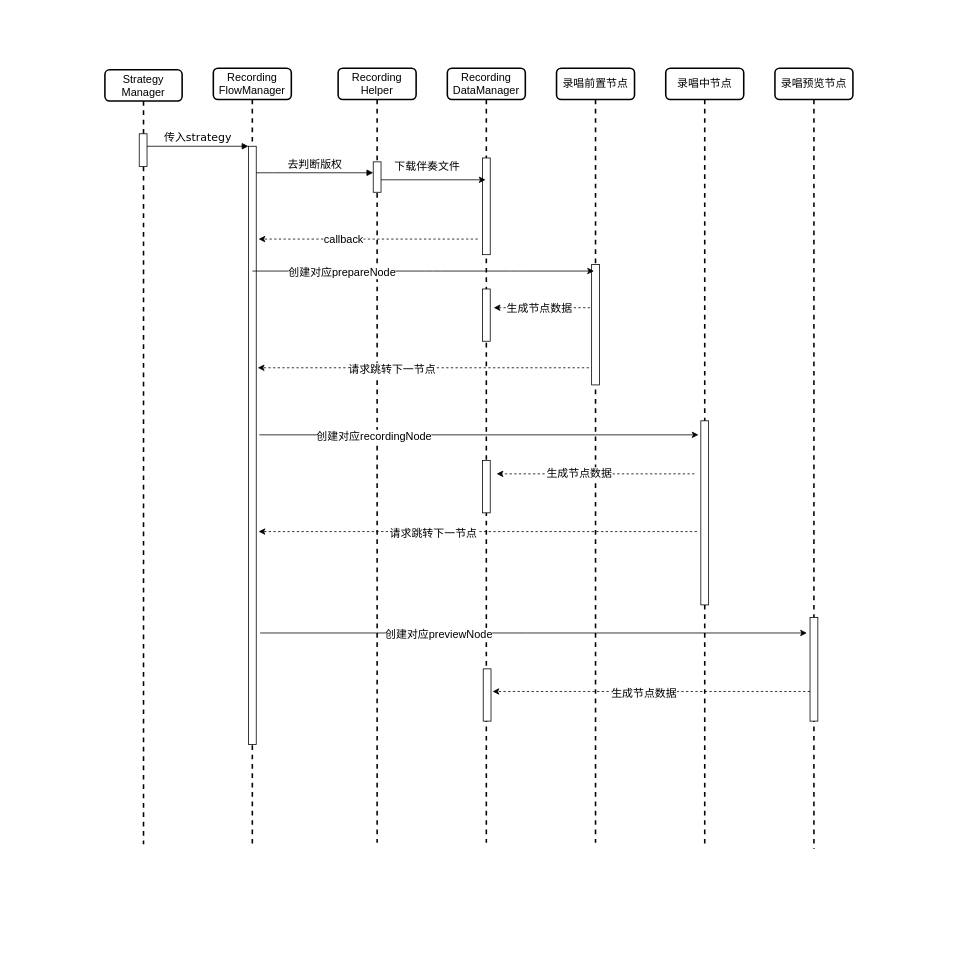
MolierQueen/Xmind keeps this draw.io diagram as 录制时序图.drawio. Above is the earlier version. Source tidied: cells renumbered, new cells numbered last; positions are measured from the earlier drawing's top-left corner, leaving out a move shared by most shapes. Both pictures are drawn from the tidied source at 78%, with x=0, y=0 at pixel (105, 68).
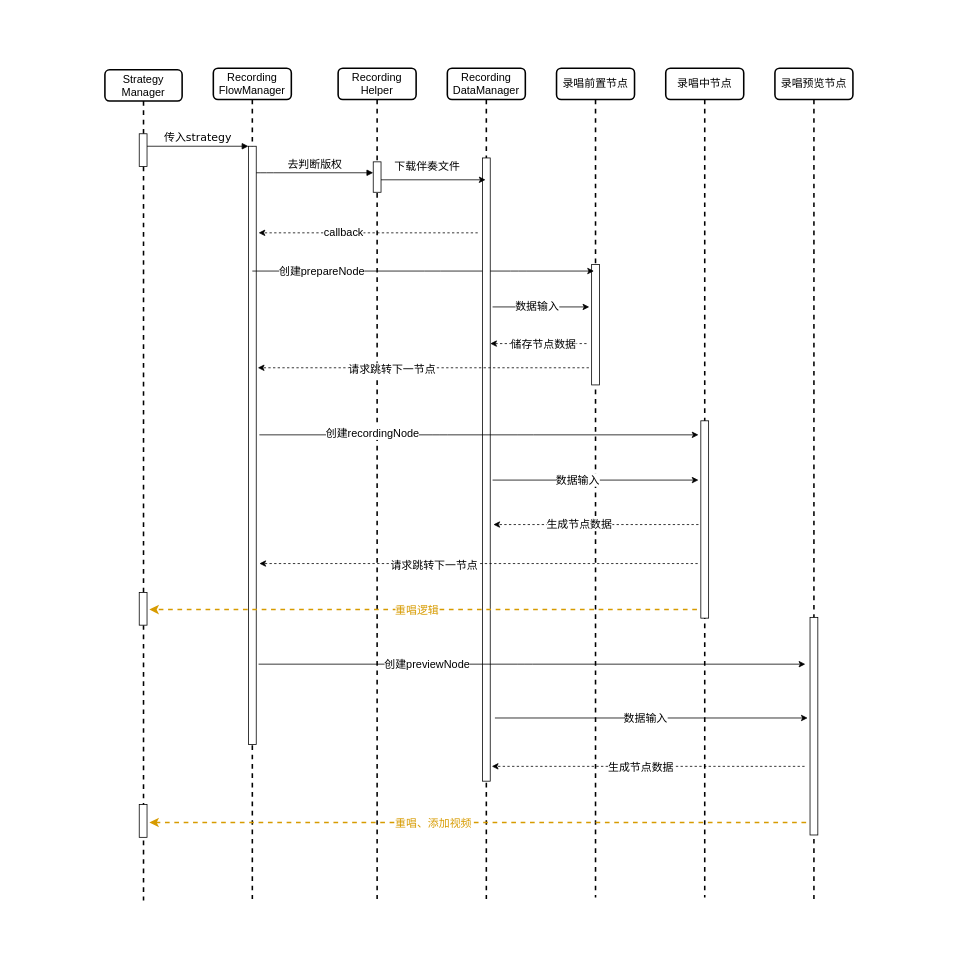
The same page after the edit.

Commit message (it also covers changes not shown here):
Update 录制时序图.drawio

The change refers to these unchanged cells:
```xml
<mxCell id="19" style="endArrow=classic;html=1;fontSize=14;" parent="1" edge="1" source="2">
  <mxGeometry relative="1" as="geometry">
    <mxPoint x="627" y="260" as="targetPoint" />
    <Array as="points">
      <mxPoint x="420" y="260" />
      <mxPoint x="530" y="260" />
    </Array>
  </mxGeometry>
</mxCell>
```

Change to the diagram source:
```diff
@@
     <mxCell id="2" value="&lt;span style=&quot;font-family: &amp;#34;helvetica&amp;#34;&quot;&gt;Recording&lt;/span&gt;&lt;br style=&quot;font-family: &amp;#34;helvetica&amp;#34;&quot;&gt;&lt;span style=&quot;font-family: &amp;#34;helvetica&amp;#34;&quot;&gt;FlowManager&lt;/span&gt;" style="shape=umlLifeline;perimeter=lifelinePerimeter;whiteSpace=wrap;html=1;outlineConnect=0;rounded=1;shadow=0;comic=0;labelBackgroundColor=none;strokeWidth=2;fontFamily=Verdana;fontSize=14;align=center;" parent="1" vertex="1">
-      <mxGeometry x="139" width="100" height="995" as="geometry" />
+      <mxGeometry x="139" width="100" height="1065" as="geometry" />
     </mxCell>
@@
     <mxCell id="4" value="&lt;span style=&quot;font-family: &amp;#34;helvetica&amp;#34;&quot;&gt;Recording&lt;/span&gt;&lt;br style=&quot;font-family: &amp;#34;helvetica&amp;#34;&quot;&gt;&lt;span style=&quot;font-family: &amp;#34;helvetica&amp;#34;&quot;&gt;Helper&lt;/span&gt;" style="shape=umlLifeline;perimeter=lifelinePerimeter;whiteSpace=wrap;html=1;rounded=1;shadow=0;comic=0;labelBackgroundColor=none;strokeWidth=2;fontFamily=Verdana;fontSize=14;align=center;" parent="1" vertex="1">
-      <mxGeometry x="299" width="100" height="993" as="geometry" />
+      <mxGeometry x="299" width="100" height="1065" as="geometry" />
     </mxCell>
@@
     <mxCell id="6" value="&lt;span style=&quot;font-family: &amp;#34;helvetica&amp;#34;&quot;&gt;Recording&lt;/span&gt;&lt;br style=&quot;font-family: &amp;#34;helvetica&amp;#34;&quot;&gt;&lt;span style=&quot;font-family: &amp;#34;helvetica&amp;#34;&quot;&gt;DataManager&lt;/span&gt;" style="shape=umlLifeline;perimeter=lifelinePerimeter;whiteSpace=wrap;html=1;outlineConnect=0;rounded=1;shadow=0;comic=0;labelBackgroundColor=none;strokeWidth=2;fontFamily=Verdana;fontSize=14;align=center;" parent="1" vertex="1">
-      <mxGeometry x="439" width="100" height="993" as="geometry" />
+      <mxGeometry x="439" width="100" height="1065" as="geometry" />
     </mxCell>
     <mxCell id="7" value="&lt;span style=&quot;text-align: left&quot;&gt;录唱前置节点&lt;/span&gt;" style="shape=umlLifeline;perimeter=lifelinePerimeter;whiteSpace=wrap;html=1;rounded=1;shadow=0;comic=0;labelBackgroundColor=none;strokeWidth=2;fontFamily=Verdana;fontSize=14;align=center;" parent="1" vertex="1">
-      <mxGeometry x="579" width="100" height="993" as="geometry" />
+      <mxGeometry x="579" width="100" height="1063" as="geometry" />
     </mxCell>
     <mxCell id="8" value="&lt;span style=&quot;text-align: left&quot;&gt;录唱中节点&lt;/span&gt;" style="shape=umlLifeline;perimeter=lifelinePerimeter;whiteSpace=wrap;html=1;rounded=1;shadow=0;comic=0;labelBackgroundColor=none;strokeWidth=2;fontFamily=Verdana;fontSize=14;align=center;" parent="1" vertex="1">
-      <mxGeometry x="719" width="100" height="996" as="geometry" />
+      <mxGeometry x="719" width="100" height="1063" as="geometry" />
     </mxCell>
     <mxCell id="9" value="&lt;span style=&quot;text-align: left&quot;&gt;录唱预览节点&lt;/span&gt;" style="shape=umlLifeline;perimeter=lifelinePerimeter;whiteSpace=wrap;html=1;rounded=1;shadow=0;comic=0;labelBackgroundColor=none;strokeWidth=2;fontFamily=Verdana;fontSize=14;align=center;" parent="1" vertex="1">
-      <mxGeometry x="859" width="100" height="1001" as="geometry" />
+      <mxGeometry x="859" width="100" height="1065" as="geometry" />
     </mxCell>
-    <mxCell id="10" style="endArrow=classic;html=1;fontSize=14;" parent="9" edge="1">
-      <mxGeometry relative="1" as="geometry">
-        <mxPoint x="-660" y="724" as="sourcePoint" />
-        <mxPoint x="41" y="724" as="targetPoint" />
-        <Array as="points">
-          <mxPoint x="-428.5" y="724" />
-          <mxPoint x="-318.5" y="724" />
-        </Array>
-      </mxGeometry>
-    </mxCell>
-    <mxCell id="11" value="创建对应previewNode" style="edgeLabel;html=1;align=center;verticalAlign=middle;fontSize=14;" parent="10" vertex="1">
-      <mxGeometry x="-0.48" y="-1" relative="1" as="geometry">
-        <mxPoint x="46" as="offset" />
-      </mxGeometry>
-    </mxCell>
     <mxCell id="12" style="html=1;perimeter=orthogonalPerimeter;rounded=0;shadow=0;comic=0;labelBackgroundColor=none;strokeColor=#000000;strokeWidth=1;fillColor=#FFFFFF;fontFamily=Verdana;fontSize=14;fontColor=#000000;align=center;" parent="9" vertex="1">
-      <mxGeometry x="45" y="704" width="10" height="133" as="geometry" />
+      <mxGeometry x="45" y="704" width="10" height="279" as="geometry" />
     </mxCell>
-    <mxCell id="13" style="endArrow=classic;html=1;fontSize=14;dashed=1;" parent="9" edge="1">
-      <mxGeometry relative="1" as="geometry">
-        <mxPoint x="45" y="799" as="sourcePoint" />
-        <mxPoint x="-362" y="799" as="targetPoint" />
-      </mxGeometry>
-    </mxCell>
-    <mxCell id="14" value="生成节点数据" style="edgeLabel;html=1;align=center;verticalAlign=middle;fontSize=14;" parent="13" vertex="1">
-      <mxGeometry x="0.25" y="1" relative="1" as="geometry">
-        <mxPoint x="40" as="offset" />
-      </mxGeometry>
-    </mxCell>
     <mxCell id="15" value="&lt;span style=&quot;font-family: &amp;#34;helvetica&amp;#34;&quot;&gt;Strategy&lt;/span&gt;&lt;br style=&quot;font-family: &amp;#34;helvetica&amp;#34;&quot;&gt;&lt;span style=&quot;font-family: &amp;#34;helvetica&amp;#34;&quot;&gt;Manager&lt;/span&gt;" style="shape=umlLifeline;perimeter=lifelinePerimeter;whiteSpace=wrap;html=1;rounded=1;shadow=0;comic=0;labelBackgroundColor=none;strokeWidth=2;fontFamily=Verdana;fontSize=14;align=center;" parent="1" vertex="1">
-      <mxGeometry y="2" width="99" height="993" as="geometry" />
+      <mxGeometry y="2" width="99" height="1065" as="geometry" />
     </mxCell>
@@
-    <mxCell id="20" value="创建对应prepareNode" style="edgeLabel;html=1;align=center;verticalAlign=middle;fontSize=14;" parent="19" vertex="1">
-      <mxGeometry x="-0.48" y="-1" relative="1" as="geometry" />
+    <mxCell id="20" value="创建prepareNode" style="edgeLabel;html=1;align=center;verticalAlign=middle;fontSize=14;" parent="19" vertex="1">
+      <mxGeometry x="-0.48" y="-1" relative="1" as="geometry">
+        <mxPoint x="-26" y="-2" as="offset" />
+      </mxGeometry>
     </mxCell>
     <mxCell id="21" style="html=1;perimeter=orthogonalPerimeter;rounded=0;shadow=0;comic=0;labelBackgroundColor=none;strokeWidth=1;fontFamily=Verdana;fontSize=14;align=center;" parent="1" vertex="1">
-      <mxGeometry x="484" y="115" width="10" height="124" as="geometry" />
+      <mxGeometry x="484" y="115" width="10" height="799" as="geometry" />
     </mxCell>
@@
-    <mxCell id="24" style="endArrow=classic;html=1;fontSize=14;dashed=1;entryX=1.45;entryY=0.358;entryDx=0;entryDy=0;entryPerimeter=0;" parent="1" edge="1" target="26">
+    <mxCell id="24" style="endArrow=classic;html=1;fontSize=14;dashed=1;entryX=1.45;entryY=0.358;entryDx=0;entryDy=0;entryPerimeter=0;" parent="1" edge="1">
       <mxGeometry relative="1" as="geometry">
-        <mxPoint x="622" y="307" as="sourcePoint" />
+        <mxPoint x="617.5" y="353" as="sourcePoint" />
+        <mxPoint x="494" y="353" as="targetPoint" />
       </mxGeometry>
     </mxCell>
-    <mxCell id="25" value="生成节点数据" style="edgeLabel;html=1;align=center;verticalAlign=middle;fontSize=14;" parent="24" vertex="1">
+    <mxCell id="25" value="储存节点数据" style="edgeLabel;html=1;align=center;verticalAlign=middle;fontSize=14;" parent="24" vertex="1">
       <mxGeometry x="0.25" y="1" relative="1" as="geometry">
-        <mxPoint x="12" as="offset" />
+        <mxPoint x="21" y="-1" as="offset" />
       </mxGeometry>
     </mxCell>
-    <mxCell id="26" style="html=1;points=[];perimeter=orthogonalPerimeter;rounded=0;shadow=0;comic=0;labelBackgroundColor=none;strokeWidth=1;fontFamily=Verdana;fontSize=14;align=center;" parent="1" vertex="1">
-      <mxGeometry x="484" y="283" width="10" height="67" as="geometry" />
-    </mxCell>
     <mxCell id="27" style="html=1;perimeter=orthogonalPerimeter;rounded=0;shadow=0;comic=0;labelBackgroundColor=none;strokeWidth=1;fontFamily=Verdana;fontSize=14;align=center;" parent="1" vertex="1">
-      <mxGeometry x="764" y="452" width="10" height="236" as="geometry" />
+      <mxGeometry x="764" y="452" width="10" height="253" as="geometry" />
     </mxCell>
     <mxCell id="28" style="endArrow=classic;html=1;fontSize=14;dashed=1;" parent="1" edge="1">
       <mxGeometry relative="1" as="geometry">
-        <mxPoint x="755.8" y="520" as="sourcePoint" />
-        <mxPoint x="502.2" y="520" as="targetPoint" />
+        <mxPoint x="761" y="585" as="sourcePoint" />
+        <mxPoint x="498" y="585" as="targetPoint" />
       </mxGeometry>
     </mxCell>
@@
-    <mxCell id="30" style="html=1;perimeter=orthogonalPerimeter;rounded=0;shadow=0;comic=0;labelBackgroundColor=none;strokeWidth=1;fontFamily=Verdana;fontSize=14;align=center;" parent="1" vertex="1">
-      <mxGeometry x="484" y="503" width="10" height="67" as="geometry" />
-    </mxCell>
     <mxCell id="31" style="endArrow=classic;html=1;fontSize=14;dashed=1;" parent="1" edge="1">
       <mxGeometry relative="1" as="geometry">
-        <mxPoint x="478" y="219" as="sourcePoint" />
-        <mxPoint x="197" y="219" as="targetPoint" />
+        <mxPoint x="478" y="211" as="sourcePoint" />
+        <mxPoint x="197" y="211" as="targetPoint" />
       </mxGeometry>
     </mxCell>
@@
     <mxCell id="35" style="endArrow=classic;html=1;fontSize=14;" parent="1" edge="1">
       <mxGeometry relative="1" as="geometry">
         <mxPoint x="198" y="470" as="sourcePoint" />
         <mxPoint x="761" y="470" as="targetPoint" />
         <Array as="points">
+          <mxPoint x="320" y="470" />
           <mxPoint x="429.5" y="470" />
           <mxPoint x="539.5" y="470" />
         </Array>
       </mxGeometry>
     </mxCell>
-    <mxCell id="36" value="创建对应recordingNode" style="edgeLabel;html=1;align=center;verticalAlign=middle;fontSize=14;" parent="35" vertex="1">
-      <mxGeometry x="-0.48" y="-1" relative="1" as="geometry" />
+    <mxCell id="36" value="创建recordingNode" style="edgeLabel;html=1;align=center;verticalAlign=middle;fontSize=14;" parent="35" vertex="1">
+      <mxGeometry x="-0.48" y="-1" relative="1" as="geometry">
+        <mxPoint x="-2" y="-4" as="offset" />
+      </mxGeometry>
     </mxCell>
     <mxCell id="37" style="endArrow=classic;html=1;fontSize=14;dashed=1;" parent="1" edge="1">
       <mxGeometry relative="1" as="geometry">
-        <mxPoint x="759" y="594" as="sourcePoint" />
-        <mxPoint x="197" y="594" as="targetPoint" />
+        <mxPoint x="760" y="635" as="sourcePoint" />
+        <mxPoint x="198" y="635" as="targetPoint" />
       </mxGeometry>
     </mxCell>
@@
-    <mxCell id="39" style="html=1;perimeter=orthogonalPerimeter;rounded=0;shadow=0;comic=0;labelBackgroundColor=none;strokeWidth=1;fontFamily=Verdana;fontSize=14;align=center;" parent="1" vertex="1">
-      <mxGeometry x="485" y="770" width="10" height="67" as="geometry" />
-    </mxCell>
@@
+    <mxCell id="41" style="endArrow=classic;html=1;fontSize=14;dashed=1;strokeWidth=2;fillColor=#ffe6cc;strokeColor=#D79B00;" parent="1" edge="1">
+      <mxGeometry relative="1" as="geometry">
+        <mxPoint x="759" y="694" as="sourcePoint" />
+        <mxPoint x="57" y="694" as="targetPoint" />
+      </mxGeometry>
+    </mxCell>
+    <mxCell id="42" value="重唱逻辑" style="edgeLabel;html=1;align=center;verticalAlign=middle;fontSize=14;fontColor=#D79B00;" parent="41" vertex="1">
+      <mxGeometry x="0.25" y="1" relative="1" as="geometry">
+        <mxPoint x="79" y="-1" as="offset" />
+      </mxGeometry>
+    </mxCell>
+    <mxCell id="43" style="endArrow=classic;html=1;fontSize=14;dashed=1;strokeWidth=2;fillColor=#ffe6cc;strokeColor=#D79B00;" parent="1" edge="1">
+      <mxGeometry relative="1" as="geometry">
+        <mxPoint x="899" y="967" as="sourcePoint" />
+        <mxPoint x="57" y="967" as="targetPoint" />
+      </mxGeometry>
+    </mxCell>
+    <mxCell id="44" value="重唱、添加视频" style="edgeLabel;html=1;align=center;verticalAlign=middle;fontSize=14;fontColor=#D79B00;" parent="43" vertex="1">
+      <mxGeometry x="0.25" y="1" relative="1" as="geometry">
+        <mxPoint x="47" y="-1" as="offset" />
+      </mxGeometry>
+    </mxCell>
+    <mxCell id="45" style="html=1;perimeter=orthogonalPerimeter;rounded=0;shadow=0;comic=0;labelBackgroundColor=none;strokeWidth=1;fontFamily=Verdana;fontSize=14;align=center;" parent="1" vertex="1">
+      <mxGeometry x="44" y="672" width="10" height="42" as="geometry" />
+    </mxCell>
+    <mxCell id="46" style="html=1;perimeter=orthogonalPerimeter;rounded=0;shadow=0;comic=0;labelBackgroundColor=none;strokeWidth=1;fontFamily=Verdana;fontSize=14;align=center;" parent="1" vertex="1">
+      <mxGeometry x="44" y="944" width="10" height="42" as="geometry" />
+    </mxCell>
+    <mxCell id="47" value="&amp;nbsp;" style="text;html=1;align=center;verticalAlign=middle;strokeColor=none;fontSize=14;fontColor=#D79B00;" parent="1" vertex="1">
+      <mxGeometry x="-117" y="-70" width="14" height="21" as="geometry" />
+    </mxCell>
+    <mxCell id="48" value="&amp;nbsp;" style="text;html=1;align=center;verticalAlign=middle;strokeColor=none;fontSize=14;fontColor=#D79B00;" parent="1" vertex="1">
+      <mxGeometry x="1059" y="1124" width="14" height="21" as="geometry" />
+    </mxCell>
+    <mxCell id="49" style="endArrow=classic;html=1;fontSize=14;" parent="1" edge="1">
+      <mxGeometry relative="1" as="geometry">
+        <mxPoint x="497" y="306" as="sourcePoint" />
+        <mxPoint x="621" y="306" as="targetPoint" />
+      </mxGeometry>
+    </mxCell>
+    <mxCell id="50" value="数据输入" style="edgeLabel;html=1;align=center;verticalAlign=middle;fontSize=14;" parent="49" vertex="1">
+      <mxGeometry x="-0.26" relative="1" as="geometry">
+        <mxPoint x="10" y="-1" as="offset" />
+      </mxGeometry>
+    </mxCell>
+    <mxCell id="51" style="endArrow=classic;html=1;fontSize=14;" parent="1" edge="1">
+      <mxGeometry relative="1" as="geometry">
+        <mxPoint x="497" y="528" as="sourcePoint" />
+        <mxPoint x="761" y="528" as="targetPoint" />
+      </mxGeometry>
+    </mxCell>
+    <mxCell id="52" value="数据输入" style="edgeLabel;html=1;align=center;verticalAlign=middle;fontSize=14;" parent="51" vertex="1">
+      <mxGeometry x="-0.26" relative="1" as="geometry">
+        <mxPoint x="10" y="-1" as="offset" />
+      </mxGeometry>
+    </mxCell>
+    <mxCell id="10" style="endArrow=classic;html=1;fontSize=14;" parent="1" edge="1">
+      <mxGeometry relative="1" as="geometry">
+        <mxPoint x="197" y="764" as="sourcePoint" />
+        <mxPoint x="898" y="764" as="targetPoint" />
+        <Array as="points">
+          <mxPoint x="428.5" y="764" />
+          <mxPoint x="538.5" y="764" />
+        </Array>
+      </mxGeometry>
+    </mxCell>
+    <mxCell id="11" value="创建previewNode" style="edgeLabel;html=1;align=center;verticalAlign=middle;fontSize=14;" parent="10" vertex="1">
+      <mxGeometry x="-0.48" y="-1" relative="1" as="geometry">
+        <mxPoint x="33" y="-2" as="offset" />
+      </mxGeometry>
+    </mxCell>
+    <mxCell id="53" style="endArrow=classic;html=1;fontSize=14;" parent="1" edge="1">
+      <mxGeometry relative="1" as="geometry">
+        <mxPoint x="500" y="833" as="sourcePoint" />
+        <mxPoint x="901" y="833" as="targetPoint" />
+      </mxGeometry>
+    </mxCell>
+    <mxCell id="54" value="数据输入" style="edgeLabel;html=1;align=center;verticalAlign=middle;fontSize=14;" parent="53" vertex="1">
+      <mxGeometry x="-0.26" relative="1" as="geometry">
+        <mxPoint x="44" as="offset" />
+      </mxGeometry>
+    </mxCell>
+    <mxCell id="13" style="endArrow=classic;html=1;fontSize=14;dashed=1;" parent="1" edge="1">
+      <mxGeometry relative="1" as="geometry">
+        <mxPoint x="897" y="895" as="sourcePoint" />
+        <mxPoint x="496" y="895" as="targetPoint" />
+      </mxGeometry>
+    </mxCell>
+    <mxCell id="14" value="生成节点数据" style="edgeLabel;html=1;align=center;verticalAlign=middle;fontSize=14;" parent="13" vertex="1">
+      <mxGeometry x="0.25" y="1" relative="1" as="geometry">
+        <mxPoint x="40" as="offset" />
+      </mxGeometry>
+    </mxCell>
```
